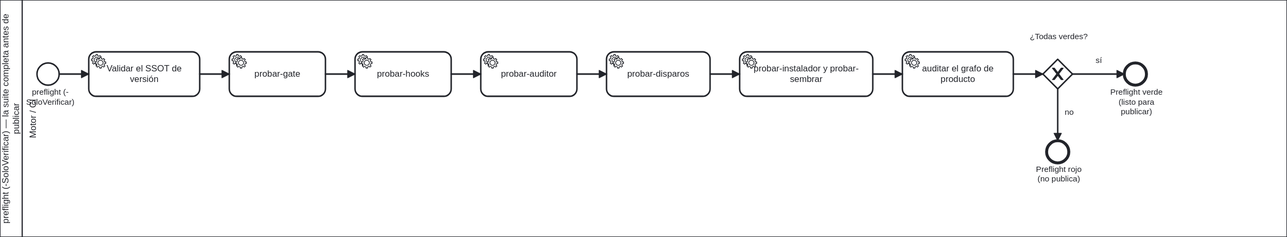
Before: docs/atlas/render/81-preflight-release-as-is.svg, a diagram exported from BPMN (ArmandoMedina/jidoka). Its source is kept beside it as docs/atlas/80-release/81-preflight-release-as-is.bpmn. Ids are renumbered.
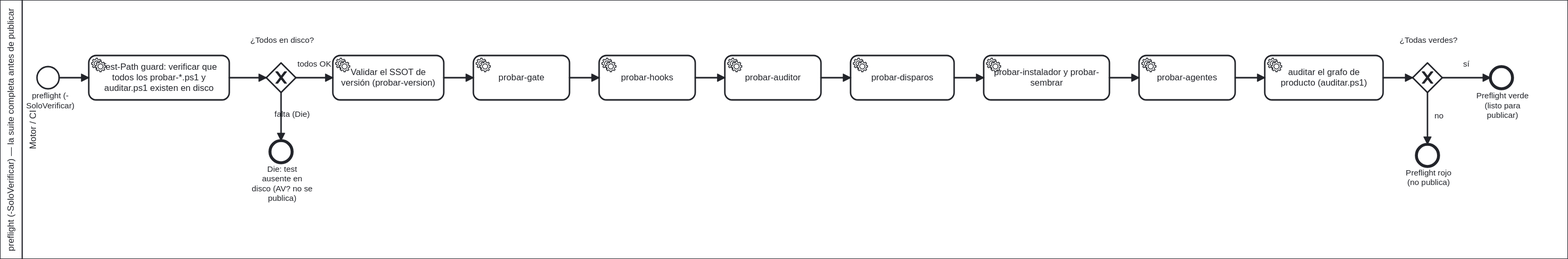
The same diagram one commit later.

Diff of the diagram source:
```diff
@@ -3,26 +3,43 @@
     <bpmn:participant id="Pool_Preflight" name="preflight (-SoloVerificar) — la suite completa antes de publicar" processRef="Process_PreflightRelease"/>
   </bpmn:collaboration>
   <bpmn:process id="Process_PreflightRelease" name="preflight: correr toda la suite y no publicar si algo está rojo" isExecutable="false">
-    <bpmn:documentation>Fuente: tools/publicar.ps1 -SoloVerificar. Proceso de puro motor/CI: corre las suites en secuencia y su decisión es si todo quedó verde.</bpmn:documentation>
+    <bpmn:documentation>Fuente: tools/publicar.ps1 -SoloVerificar. Proceso de puro motor/CI: corre las suites en secuencia y su decision es si todo quedo verde. Test-Path guard (ADR 0032): Die inmediato si algun probar-*.ps1 no existe en disco (AV/cuarentena). LASTEXITCODE se resetea a 0 antes de cada test.</bpmn:documentation>
     <bpmn:laneSet id="LaneSet_Preflight">
       <bpmn:lane id="Lane_Motor" name="Motor / CI">
         <bpmn:flowNodeRef>Start</bpmn:flowNodeRef>
+        <bpmn:flowNodeRef>T_TestPath</bpmn:flowNodeRef>
+        <bpmn:flowNodeRef>Gw_TestPath</bpmn:flowNodeRef>
         <bpmn:flowNodeRef>T_Version</bpmn:flowNodeRef>
         <bpmn:flowNodeRef>T_Gate</bpmn:flowNodeRef>
         <bpmn:flowNodeRef>T_Hooks</bpmn:flowNodeRef>
         <bpmn:flowNodeRef>T_Auditor</bpmn:flowNodeRef>
         <bpmn:flowNodeRef>T_Disparos</bpmn:flowNodeRef>
         <bpmn:flowNodeRef>T_Instalador</bpmn:flowNodeRef>
+        <bpmn:flowNodeRef>T_Agentes</bpmn:flowNodeRef>
         <bpmn:flowNodeRef>T_Grafo</bpmn:flowNodeRef>
         <bpmn:flowNodeRef>Gw_Verde</bpmn:flowNodeRef>
         <bpmn:flowNodeRef>End_Verde</bpmn:flowNodeRef>
         <bpmn:flowNodeRef>End_Rojo</bpmn:flowNodeRef>
+        <bpmn:flowNodeRef>End_Die</bpmn:flowNodeRef>
       </bpmn:lane>
     </bpmn:laneSet>
     <bpmn:startEvent id="Start" name="preflight (-SoloVerificar)">
+      <bpmn:outgoing>f0</bpmn:outgoing>
+    </bpmn:startEvent>
+    <bpmn:serviceTask id="T_TestPath" name="Test-Path guard: verificar que todos los probar-*.ps1 y auditar.ps1 existen en disco">
+      <bpmn:documentation>ADR 0032 / issue #78. Falla CERRADO si un archivo de test no existe (AV quarantine). El juez que no midio no aprueba.</bpmn:documentation>
+      <bpmn:incoming>f0</bpmn:incoming>
+      <bpmn:outgoing>f0b</bpmn:outgoing>
+    </bpmn:serviceTask>
+    <bpmn:exclusiveGateway id="Gw_TestPath" name="¿Todos en disco?">
+      <bpmn:incoming>f0b</bpmn:incoming>
+      <bpmn:outgoing>f_die</bpmn:outgoing>
       <bpmn:outgoing>f1</bpmn:outgoing>
-    </bpmn:startEvent>
-    <bpmn:serviceTask id="T_Version" name="Validar el SSOT de versión">
+    </bpmn:exclusiveGateway>
+    <bpmn:endEvent id="End_Die" name="Die: test ausente en disco (AV? no se publica)">
+      <bpmn:incoming>f_die</bpmn:incoming>
+    </bpmn:endEvent>
+    <bpmn:serviceTask id="T_Version" name="Validar el SSOT de versión (probar-version)">
       <bpmn:incoming>f1</bpmn:incoming>
       <bpmn:outgoing>f2</bpmn:outgoing>
     </bpmn:serviceTask>
@@ -46,8 +63,13 @@
       <bpmn:incoming>f6</bpmn:incoming>
       <bpmn:outgoing>f7</bpmn:outgoing>
     </bpmn:serviceTask>
-    <bpmn:serviceTask id="T_Grafo" name="auditar el grafo de producto">
+    <bpmn:serviceTask id="T_Agentes" name="probar-agentes">
+      <bpmn:documentation>Agregado en suite v1.18+. Verifica que los agentes del harness responden correctamente.</bpmn:documentation>
       <bpmn:incoming>f7</bpmn:incoming>
+      <bpmn:outgoing>f7b</bpmn:outgoing>
+    </bpmn:serviceTask>
+    <bpmn:serviceTask id="T_Grafo" name="auditar el grafo de producto (auditar.ps1)">
+      <bpmn:incoming>f7b</bpmn:incoming>
       <bpmn:outgoing>f8</bpmn:outgoing>
     </bpmn:serviceTask>
     <bpmn:exclusiveGateway id="Gw_Verde" name="¿Todas verdes?">
@@ -61,13 +83,17 @@
     <bpmn:endEvent id="End_Rojo" name="Preflight rojo (no publica)">
       <bpmn:incoming>f_rojo</bpmn:incoming>
     </bpmn:endEvent>
-    <bpmn:sequenceFlow id="f1" sourceRef="Start" targetRef="T_Version"/>
+    <bpmn:sequenceFlow id="f0" sourceRef="Start" targetRef="T_TestPath"/>
+    <bpmn:sequenceFlow id="f0b" sourceRef="T_TestPath" targetRef="Gw_TestPath"/>
+    <bpmn:sequenceFlow id="f_die" name="falta (Die)" sourceRef="Gw_TestPath" targetRef="End_Die"/>
+    <bpmn:sequenceFlow id="f1" name="todos OK" sourceRef="Gw_TestPath" targetRef="T_Version"/>
     <bpmn:sequenceFlow id="f2" sourceRef="T_Version" targetRef="T_Gate"/>
     <bpmn:sequenceFlow id="f3" sourceRef="T_Gate" targetRef="T_Hooks"/>
     <bpmn:sequenceFlow id="f4" sourceRef="T_Hooks" targetRef="T_Auditor"/>
     <bpmn:sequenceFlow id="f5" sourceRef="T_Auditor" targetRef="T_Disparos"/>
     <bpmn:sequenceFlow id="f6" sourceRef="T_Disparos" targetRef="T_Instalador"/>
-    <bpmn:sequenceFlow id="f7" sourceRef="T_Instalador" targetRef="T_Grafo"/>
+    <bpmn:sequenceFlow id="f7" sourceRef="T_Instalador" targetRef="T_Agentes"/>
+    <bpmn:sequenceFlow id="f7b" sourceRef="T_Agentes" targetRef="T_Grafo"/>
     <bpmn:sequenceFlow id="f8" sourceRef="T_Grafo" targetRef="Gw_Verde"/>
     <bpmn:sequenceFlow id="f_verde" name="sí" sourceRef="Gw_Verde" targetRef="End_Verde"/>
     <bpmn:sequenceFlow id="f_rojo" name="no" sourceRef="Gw_Verde" targetRef="End_Rojo"/>
@@ -75,87 +101,117 @@
   <bpmndi:BPMNDiagram id="Diagram_81_Preflight">
     <bpmndi:BPMNPlane id="Plane_81_Preflight" bpmnElement="Collab_Preflight">
       <bpmndi:BPMNShape id="S_Pool" bpmnElement="Pool_Preflight" isHorizontal="true">
-        <dc:Bounds x="160" y="80" width="1740" height="320"/>
+        <dc:Bounds x="160" y="80" width="2120" height="350"/>
       </bpmndi:BPMNShape>
       <bpmndi:BPMNShape id="S_LaneM" bpmnElement="Lane_Motor" isHorizontal="true">
-        <dc:Bounds x="190" y="80" width="1710" height="320"/>
+        <dc:Bounds x="190" y="80" width="2090" height="350"/>
       </bpmndi:BPMNShape>
       <bpmndi:BPMNShape id="S_Start" bpmnElement="Start">
-        <dc:Bounds x="210" y="165" width="30" height="30"/>
-        <bpmndi:BPMNLabel><dc:Bounds x="188" y="198" width="80" height="27"/></bpmndi:BPMNLabel>
+        <dc:Bounds x="210" y="170" width="30" height="30"/>
+        <bpmndi:BPMNLabel><dc:Bounds x="188" y="203" width="80" height="27"/></bpmndi:BPMNLabel>
+      </bpmndi:BPMNShape>
+      <bpmndi:BPMNShape id="S_TTestPath" bpmnElement="T_TestPath">
+        <dc:Bounds x="280" y="155" width="190" height="60"/>
+      </bpmndi:BPMNShape>
+      <bpmndi:BPMNShape id="S_GwTestPath" bpmnElement="Gw_TestPath" isMarkerVisible="true">
+        <dc:Bounds x="520" y="165" width="40" height="40"/>
+        <bpmndi:BPMNLabel><dc:Bounds x="505" y="128" width="72" height="27"/></bpmndi:BPMNLabel>
+      </bpmndi:BPMNShape>
+      <bpmndi:BPMNShape id="S_EndDie" bpmnElement="End_Die">
+        <dc:Bounds x="525" y="270" width="30" height="30"/>
+        <bpmndi:BPMNLabel><dc:Bounds x="498" y="302" width="86" height="27"/></bpmndi:BPMNLabel>
       </bpmndi:BPMNShape>
       <bpmndi:BPMNShape id="S_TVersion" bpmnElement="T_Version">
-        <dc:Bounds x="280" y="150" width="150" height="60"/>
+        <dc:Bounds x="610" y="155" width="150" height="60"/>
       </bpmndi:BPMNShape>
       <bpmndi:BPMNShape id="S_TGate" bpmnElement="T_Gate">
-        <dc:Bounds x="470" y="150" width="130" height="60"/>
+        <dc:Bounds x="800" y="155" width="130" height="60"/>
       </bpmndi:BPMNShape>
       <bpmndi:BPMNShape id="S_THooks" bpmnElement="T_Hooks">
-        <dc:Bounds x="640" y="150" width="130" height="60"/>
+        <dc:Bounds x="970" y="155" width="130" height="60"/>
       </bpmndi:BPMNShape>
       <bpmndi:BPMNShape id="S_TAuditor" bpmnElement="T_Auditor">
-        <dc:Bounds x="810" y="150" width="130" height="60"/>
+        <dc:Bounds x="1140" y="155" width="130" height="60"/>
       </bpmndi:BPMNShape>
       <bpmndi:BPMNShape id="S_TDisparos" bpmnElement="T_Disparos">
-        <dc:Bounds x="980" y="150" width="140" height="60"/>
+        <dc:Bounds x="1310" y="155" width="140" height="60"/>
       </bpmndi:BPMNShape>
       <bpmndi:BPMNShape id="S_TInstalador" bpmnElement="T_Instalador">
-        <dc:Bounds x="1160" y="150" width="180" height="60"/>
+        <dc:Bounds x="1490" y="155" width="170" height="60"/>
+      </bpmndi:BPMNShape>
+      <bpmndi:BPMNShape id="S_TAgentes" bpmnElement="T_Agentes">
+        <dc:Bounds x="1700" y="155" width="130" height="60"/>
       </bpmndi:BPMNShape>
       <bpmndi:BPMNShape id="S_TGrafo" bpmnElement="T_Grafo">
-        <dc:Bounds x="1380" y="150" width="150" height="60"/>
+        <dc:Bounds x="1870" y="155" width="160" height="60"/>
       </bpmndi:BPMNShape>
       <bpmndi:BPMNShape id="S_GwVerde" bpmnElement="Gw_Verde" isMarkerVisible="true">
-        <dc:Bounds x="1570" y="160" width="40" height="40"/>
-        <bpmndi:BPMNLabel><dc:Bounds x="1558" y="123" width="66" height="27"/></bpmndi:BPMNLabel>
+        <dc:Bounds x="2070" y="165" width="40" height="40"/>
+        <bpmndi:BPMNLabel><dc:Bounds x="2058" y="128" width="66" height="27"/></bpmndi:BPMNLabel>
       </bpmndi:BPMNShape>
       <bpmndi:BPMNShape id="S_EndVerde" bpmnElement="End_Verde">
-        <dc:Bounds x="1680" y="165" width="30" height="30"/>
-        <bpmndi:BPMNLabel><dc:Bounds x="1655" y="198" width="82" height="27"/></bpmndi:BPMNLabel>
+        <dc:Bounds x="2175" y="170" width="30" height="30"/>
+        <bpmndi:BPMNLabel><dc:Bounds x="2150" y="203" width="82" height="27"/></bpmndi:BPMNLabel>
       </bpmndi:BPMNShape>
       <bpmndi:BPMNShape id="S_EndRojo" bpmnElement="End_Rojo">
-        <dc:Bounds x="1575" y="270" width="30" height="30"/>
-        <bpmndi:BPMNLabel><dc:Bounds x="1550" y="302" width="82" height="27"/></bpmndi:BPMNLabel>
+        <dc:Bounds x="2075" y="275" width="30" height="30"/>
+        <bpmndi:BPMNLabel><dc:Bounds x="2050" y="307" width="82" height="27"/></bpmndi:BPMNLabel>
       </bpmndi:BPMNShape>
+      <bpmndi:BPMNEdge id="E_f0" bpmnElement="f0">
+        <di:waypoint x="240" y="185"/>
+        <di:waypoint x="280" y="185"/>
+      </bpmndi:BPMNEdge>
+      <bpmndi:BPMNEdge id="E_f0b" bpmnElement="f0b">
+        <di:waypoint x="470" y="185"/>
+        <di:waypoint x="520" y="185"/>
+      </bpmndi:BPMNEdge>
+      <bpmndi:BPMNEdge id="E_f_die" bpmnElement="f_die">
+        <di:waypoint x="540" y="205"/>
+        <di:waypoint x="540" y="270"/>
+      </bpmndi:BPMNEdge>
       <bpmndi:BPMNEdge id="E_f1" bpmnElement="f1">
-        <di:waypoint x="240" y="180"/>
-        <di:waypoint x="280" y="180"/>
+        <di:waypoint x="560" y="185"/>
+        <di:waypoint x="610" y="185"/>
       </bpmndi:BPMNEdge>
       <bpmndi:BPMNEdge id="E_f2" bpmnElement="f2">
-        <di:waypoint x="430" y="180"/>
-        <di:waypoint x="470" y="180"/>
+        <di:waypoint x="760" y="185"/>
+        <di:waypoint x="800" y="185"/>
       </bpmndi:BPMNEdge>
       <bpmndi:BPMNEdge id="E_f3" bpmnElement="f3">
-        <di:waypoint x="600" y="180"/>
-        <di:waypoint x="640" y="180"/>
+        <di:waypoint x="930" y="185"/>
+        <di:waypoint x="970" y="185"/>
       </bpmndi:BPMNEdge>
       <bpmndi:BPMNEdge id="E_f4" bpmnElement="f4">
-        <di:waypoint x="770" y="180"/>
-        <di:waypoint x="810" y="180"/>
+        <di:waypoint x="1100" y="185"/>
+        <di:waypoint x="1140" y="185"/>
       </bpmndi:BPMNEdge>
       <bpmndi:BPMNEdge id="E_f5" bpmnElement="f5">
-        <di:waypoint x="940" y="180"/>
-        <di:waypoint x="980" y="180"/>
+        <di:waypoint x="1270" y="185"/>
+        <di:waypoint x="1310" y="185"/>
       </bpmndi:BPMNEdge>
       <bpmndi:BPMNEdge id="E_f6" bpmnElement="f6">
-        <di:waypoint x="1120" y="180"/>
-        <di:waypoint x="1160" y="180"/>
+        <di:waypoint x="1450" y="185"/>
+        <di:waypoint x="1490" y="185"/>
       </bpmndi:BPMNEdge>
       <bpmndi:BPMNEdge id="E_f7" bpmnElement="f7">
-        <di:waypoint x="1340" y="180"/>
-        <di:waypoint x="1380" y="180"/>
+        <di:waypoint x="1660" y="185"/>
+        <di:waypoint x="1700" y="185"/>
+      </bpmndi:BPMNEdge>
+      <bpmndi:BPMNEdge id="E_f7b" bpmnElement="f7b">
+        <di:waypoint x="1830" y="185"/>
+        <di:waypoint x="1870" y="185"/>
       </bpmndi:BPMNEdge>
       <bpmndi:BPMNEdge id="E_f8" bpmnElement="f8">
-        <di:waypoint x="1530" y="180"/>
-        <di:waypoint x="1570" y="180"/>
+        <di:waypoint x="2030" y="185"/>
+        <di:waypoint x="2070" y="185"/>
       </bpmndi:BPMNEdge>
       <bpmndi:BPMNEdge id="E_f_verde" bpmnElement="f_verde">
-        <di:waypoint x="1610" y="180"/>
-        <di:waypoint x="1680" y="180"/>
+        <di:waypoint x="2110" y="185"/>
+        <di:waypoint x="2175" y="185"/>
       </bpmndi:BPMNEdge>
       <bpmndi:BPMNEdge id="E_f_rojo" bpmnElement="f_rojo">
-        <di:waypoint x="1590" y="200"/>
-        <di:waypoint x="1590" y="270"/>
+        <di:waypoint x="2090" y="205"/>
+        <di:waypoint x="2090" y="275"/>
       </bpmndi:BPMNEdge>
     </bpmndi:BPMNPlane>
   </bpmndi:BPMNDiagram>
```
